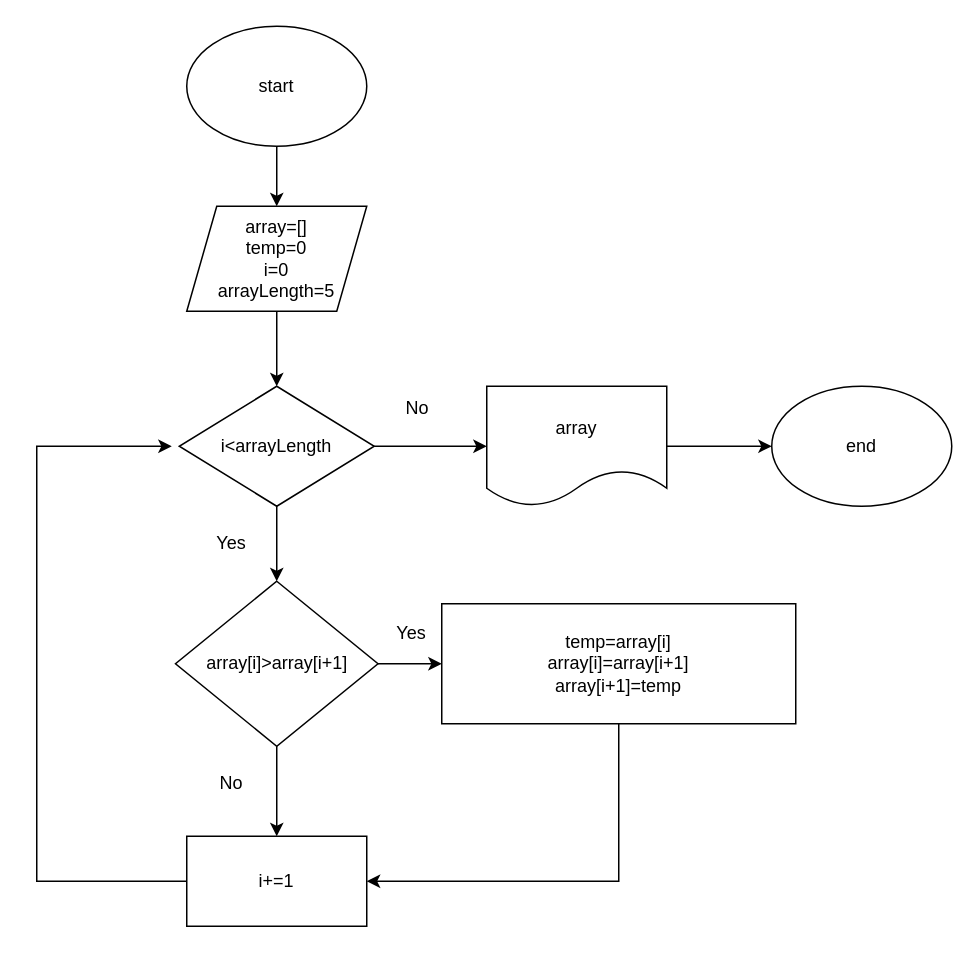
Before: page "Страница 2" (2 of 2) of odd index.drawio in Dioneer/Flowcharts, a draw.io diagram. Source tidied: cells renumbered, new cells numbered last; positions are measured from the earlier drawing's top-left corner, leaving out a move shared by most shapes. Both pictures are drawn from the tidied source at 150%, with x=0, y=0 at pixel (36, 26).
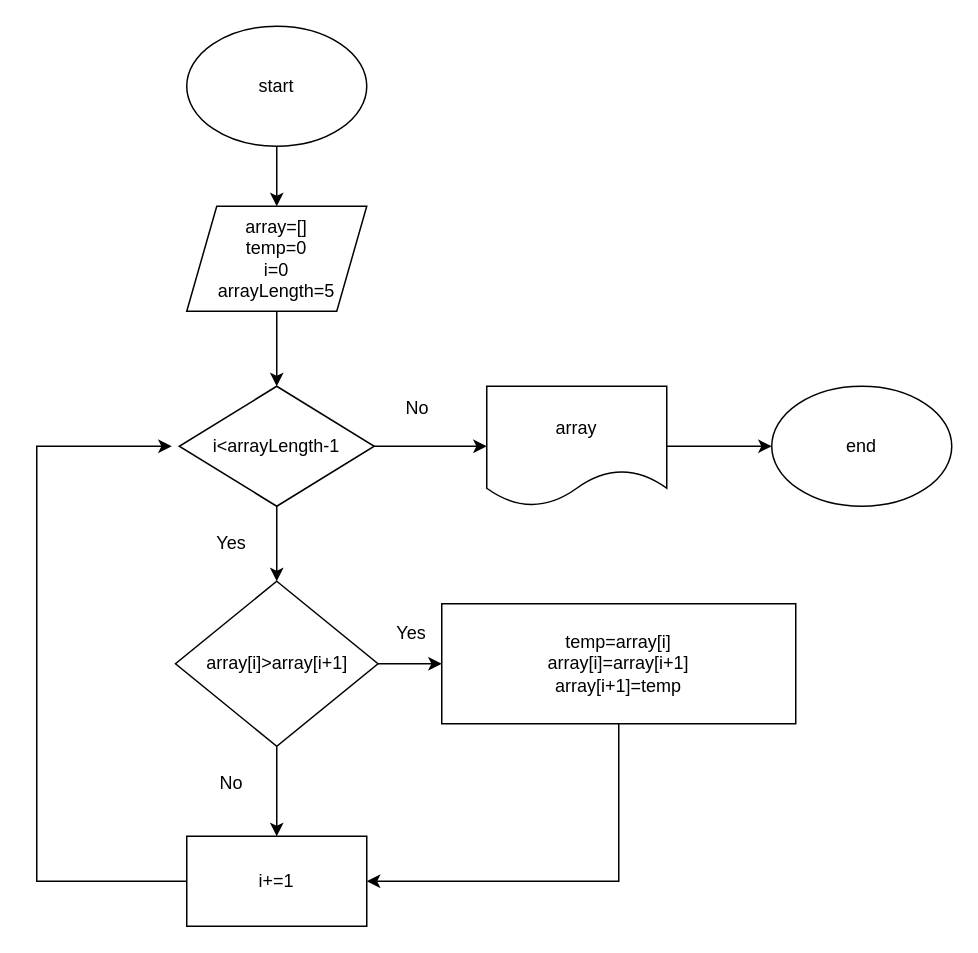
After the change.

Change to the diagram source:
```diff
@@
-    <mxCell id="9" value="i&amp;lt;arrayLength" style="rhombus;whiteSpace=wrap;html=1;" parent="1" vertex="1">
+    <mxCell id="9" value="i&amp;lt;arrayLength-1" style="rhombus;whiteSpace=wrap;html=1;" parent="1" vertex="1">
       <mxGeometry x="95" y="240" width="130" height="80" as="geometry" />
     </mxCell>
```
